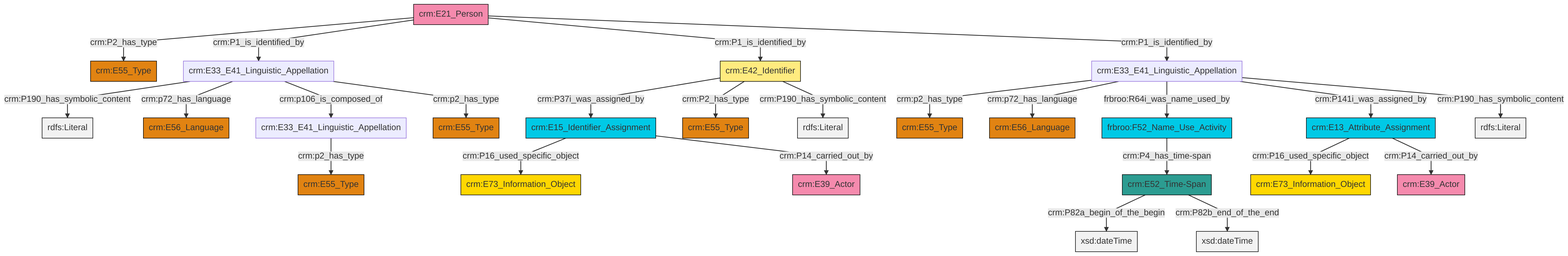
Above: et/personCSV/ttl/mmd/png/Person_Names_and_Classification.png in swiss-art-research-net/reference-data-models (Mermaid), before the change. Its source is kept beside it as et/personCSV/ttl/mmd/Person_Names_and_Classification.ttl.mmd.
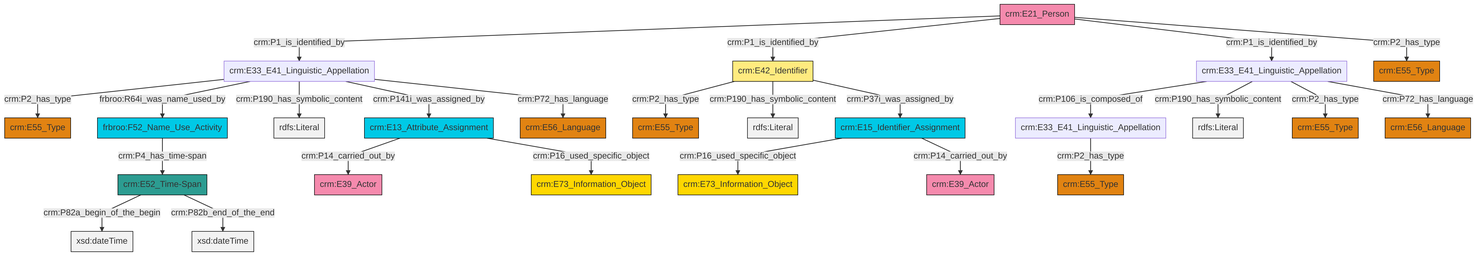
After the change.

Change to the diagram source:
```diff
@@ -13,27 +13,27 @@
 classDef PC_Classes fill:#4ce600, stroke:#000000;
 classDef Multi fill:#cccccc,stroke:#000000;
 
-12["crm:E52_Time-Span"]:::Time-Span -->|crm:P82a_begin_of_the_begin| 13[xsd:dateTime]:::Literal
-8["crm:E33_E41_Linguistic_Appellation"]:::Default -->|crm:p2_has_type| 18["crm:E55_Type"]:::Type
-6["crm:E21_Person"]:::Actor -->|crm:P2_has_type| 21["crm:E55_Type"]:::Type
-22["crm:E33_E41_Linguistic_Appellation"]:::Default -->|crm:p2_has_type| 23["crm:E55_Type"]:::Type
-24["crm:E42_Identifier"]:::Appellation -->|crm:P37i_was_assigned_by| 25["crm:E15_Identifier_Assignment"]:::Temporal_Entity
-24["crm:E42_Identifier"]:::Appellation -->|crm:P2_has_type| 16["crm:E55_Type"]:::Type
-6["crm:E21_Person"]:::Actor -->|crm:P1_is_identified_by| 14["crm:E33_E41_Linguistic_Appellation"]:::Default
-19["crm:E13_Attribute_Assignment"]:::Temporal_Entity -->|crm:P16_used_specific_object| 27["crm:E73_Information_Object"]:::Conceptual_Object
-25["crm:E15_Identifier_Assignment"]:::Temporal_Entity -->|crm:P16_used_specific_object| 28["crm:E73_Information_Object"]:::Conceptual_Object
-22["crm:E33_E41_Linguistic_Appellation"]:::Default -->|crm:p72_has_language| 4["crm:E56_Language"]:::Type
-22["crm:E33_E41_Linguistic_Appellation"]:::Default -->|frbroo:R64i_was_name_used_by| 0["frbroo:F52_Name_Use_Activity"]:::Temporal_Entity
-14["crm:E33_E41_Linguistic_Appellation"]:::Default -->|crm:P190_has_symbolic_content| 32[rdfs:Literal]:::Literal
-22["crm:E33_E41_Linguistic_Appellation"]:::Default -->|crm:P141i_was_assigned_by| 19["crm:E13_Attribute_Assignment"]:::Temporal_Entity
-14["crm:E33_E41_Linguistic_Appellation"]:::Default -->|crm:p72_has_language| 34["crm:E56_Language"]:::Type
-14["crm:E33_E41_Linguistic_Appellation"]:::Default -->|crm:p106_is_composed_of| 8["crm:E33_E41_Linguistic_Appellation"]:::Default
-0["frbroo:F52_Name_Use_Activity"]:::Temporal_Entity -->|crm:P4_has_time-span| 12["crm:E52_Time-Span"]:::Time-Span
-19["crm:E13_Attribute_Assignment"]:::Temporal_Entity -->|crm:P14_carried_out_by| 36["crm:E39_Actor"]:::Actor
-14["crm:E33_E41_Linguistic_Appellation"]:::Default -->|crm:p2_has_type| 10["crm:E55_Type"]:::Type
-25["crm:E15_Identifier_Assignment"]:::Temporal_Entity -->|crm:P14_carried_out_by| 2["crm:E39_Actor"]:::Actor
-24["crm:E42_Identifier"]:::Appellation -->|crm:P190_has_symbolic_content| 39[rdfs:Literal]:::Literal
-22["crm:E33_E41_Linguistic_Appellation"]:::Default -->|crm:P190_has_symbolic_content| 41[rdfs:Literal]:::Literal
-6["crm:E21_Person"]:::Actor -->|crm:P1_is_identified_by| 24["crm:E42_Identifier"]:::Appellation
-6["crm:E21_Person"]:::Actor -->|crm:P1_is_identified_by| 22["crm:E33_E41_Linguistic_Appellation"]:::Default
-12["crm:E52_Time-Span"]:::Time-Span -->|crm:P82b_end_of_the_end| 46[xsd:dateTime]:::Literal
+0["crm:E33_E41_Linguistic_Appellation"]:::Default -->|crm:P106_is_composed_of| 1["crm:E33_E41_Linguistic_Appellation"]:::Default
+4["crm:E21_Person"]:::Actor -->|crm:P1_is_identified_by| 5["crm:E33_E41_Linguistic_Appellation"]:::Default
+8["crm:E15_Identifier_Assignment"]:::Temporal_Entity -->|crm:P16_used_specific_object| 9["crm:E73_Information_Object"]:::Conceptual_Object
+5["crm:E33_E41_Linguistic_Appellation"]:::Default -->|crm:P2_has_type| 6["crm:E55_Type"]:::Type
+16["crm:E13_Attribute_Assignment"]:::Temporal_Entity -->|crm:P14_carried_out_by| 10["crm:E39_Actor"]:::Actor
+5["crm:E33_E41_Linguistic_Appellation"]:::Default -->|frbroo:R64i_was_name_used_by| 19["frbroo:F52_Name_Use_Activity"]:::Temporal_Entity
+0["crm:E33_E41_Linguistic_Appellation"]:::Default -->|crm:P190_has_symbolic_content| 23[rdfs:Literal]:::Literal
+19["frbroo:F52_Name_Use_Activity"]:::Temporal_Entity -->|crm:P4_has_time-span| 25["crm:E52_Time-Span"]:::Time-Span
+17["crm:E42_Identifier"]:::Appellation -->|crm:P2_has_type| 26["crm:E55_Type"]:::Type
+0["crm:E33_E41_Linguistic_Appellation"]:::Default -->|crm:P2_has_type| 20["crm:E55_Type"]:::Type
+17["crm:E42_Identifier"]:::Appellation -->|crm:P190_has_symbolic_content| 28[rdfs:Literal]:::Literal
+5["crm:E33_E41_Linguistic_Appellation"]:::Default -->|crm:P190_has_symbolic_content| 29[rdfs:Literal]:::Literal
+0["crm:E33_E41_Linguistic_Appellation"]:::Default -->|crm:P72_has_language| 12["crm:E56_Language"]:::Type
+25["crm:E52_Time-Span"]:::Time-Span -->|crm:P82a_begin_of_the_begin| 34[xsd:dateTime]:::Literal
+8["crm:E15_Identifier_Assignment"]:::Temporal_Entity -->|crm:P14_carried_out_by| 40["crm:E39_Actor"]:::Actor
+5["crm:E33_E41_Linguistic_Appellation"]:::Default -->|crm:P141i_was_assigned_by| 16["crm:E13_Attribute_Assignment"]:::Temporal_Entity
+5["crm:E33_E41_Linguistic_Appellation"]:::Default -->|crm:P72_has_language| 14["crm:E56_Language"]:::Type
+17["crm:E42_Identifier"]:::Appellation -->|crm:P37i_was_assigned_by| 8["crm:E15_Identifier_Assignment"]:::Temporal_Entity
+4["crm:E21_Person"]:::Actor -->|crm:P1_is_identified_by| 17["crm:E42_Identifier"]:::Appellation
+4["crm:E21_Person"]:::Actor -->|crm:P1_is_identified_by| 0["crm:E33_E41_Linguistic_Appellation"]:::Default
+4["crm:E21_Person"]:::Actor -->|crm:P2_has_type| 30["crm:E55_Type"]:::Type
+1["crm:E33_E41_Linguistic_Appellation"]:::Default -->|crm:P2_has_type| 2["crm:E55_Type"]:::Type
+25["crm:E52_Time-Span"]:::Time-Span -->|crm:P82b_end_of_the_end| 45[xsd:dateTime]:::Literal
+16["crm:E13_Attribute_Assignment"]:::Temporal_Entity -->|crm:P16_used_specific_object| 36["crm:E73_Information_Object"]:::Conceptual_Object
```
